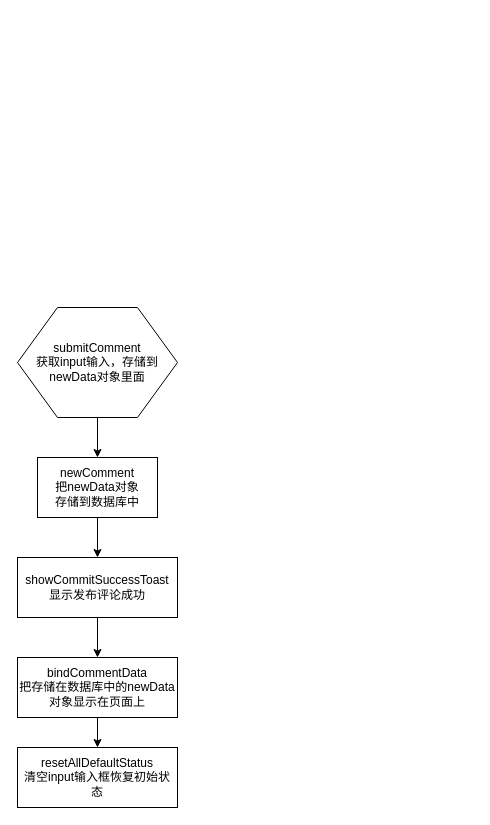
This is 小程序/提交评论流程图.drawio from MoNaiZi/draw.io, a draw.io file, before an edit. Source tidied: cells renumbered, new cells numbered last; positions are measured from the earlier drawing's top-left corner, leaving out a move shared by most shapes. Both pictures are drawn from the tidied source at 100%, with x=0, y=0 at pixel (17, 307).
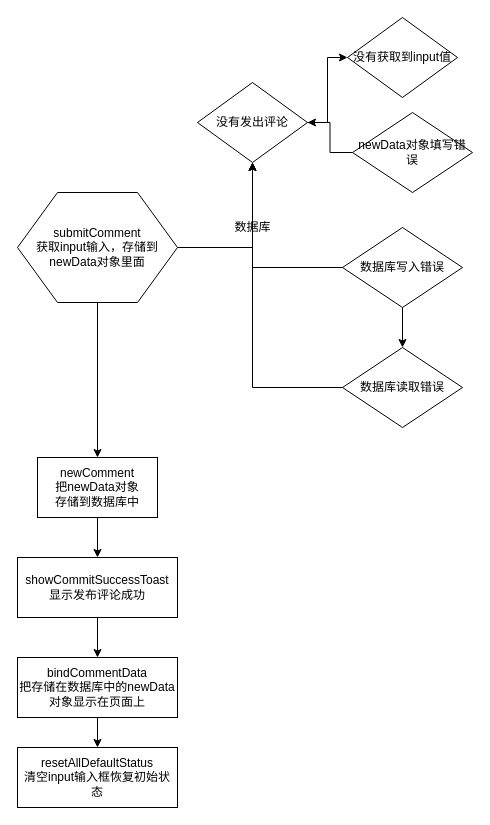
The same diagram, later.

Commit message:
更新提交评论流程图.drawio

The change refers to these unchanged cells:
```xml
<mxCell id="5" value="newComment&lt;br&gt;把newData对象&lt;br&gt;存储到数据库中" style="rounded=0;whiteSpace=wrap;html=1;" parent="1" vertex="1">
  <mxGeometry x="20" y="150" width="120" height="60" as="geometry" />
</mxCell>
<mxCell id="7" value="showCommitSuccessToast&lt;br&gt;显示发布评论成功" style="rounded=0;whiteSpace=wrap;html=1;" parent="1" vertex="1">
  <mxGeometry y="250" width="160" height="60" as="geometry" />
</mxCell>
```

What changed in the source:
```diff
@@
-    <mxCell id="2" style="edgeStyle=orthogonalEdgeStyle;rounded=0;jettySize=auto;html=1;" parent="1" edge="1" source="3" target="5">
-      <mxGeometry relative="1" as="geometry" />
-    </mxCell>
-    <mxCell id="3" value="submitComment&lt;br&gt;获取input输入，存储到newData对象里面" style="shape=hexagon;perimeter=hexagonPerimeter2;whiteSpace=wrap;html=1;" parent="1" vertex="1">
-      <mxGeometry width="160" height="110" as="geometry" />
-    </mxCell>
-    <mxCell id="4" style="edgeStyle=orthogonalEdgeStyle;rounded=0;jettySize=auto;html=1;" parent="1" edge="1" source="5" target="7">
-      <mxGeometry relative="1" as="geometry" />
-    </mxCell>
@@
+    <mxCell id="4" style="edgeStyle=orthogonalEdgeStyle;rounded=0;jettySize=auto;html=1;" parent="1" edge="1" source="5" target="7">
+      <mxGeometry relative="1" as="geometry" />
+    </mxCell>
+    <mxCell id="2" style="edgeStyle=orthogonalEdgeStyle;rounded=0;jettySize=auto;html=1;" parent="1" edge="1" source="3" target="5">
+      <mxGeometry relative="1" as="geometry" />
+    </mxCell>
+    <mxCell id="11" style="group;" parent="1" vertex="1">
+      <mxGeometry y="-290" width="455" height="410" as="geometry" />
+    </mxCell>
+    <mxCell id="12" style="group;" parent="11" vertex="1">
+      <mxGeometry x="180" width="275" height="410" as="geometry" />
+    </mxCell>
+    <mxCell id="13" value="没有获取到input值" style="rhombus;whiteSpace=wrap;html=1;" parent="12" vertex="1">
+      <mxGeometry x="150" width="110" height="80" as="geometry" />
+    </mxCell>
+    <mxCell id="14" value="数据库读取错误" style="rhombus;whiteSpace=wrap;html=1;" parent="12" vertex="1">
+      <mxGeometry x="145" y="330" width="120" height="80" as="geometry" />
+    </mxCell>
+    <mxCell id="15" style="group;" parent="12" vertex="1">
+      <mxGeometry y="65" width="275" height="225" as="geometry" />
+    </mxCell>
+    <mxCell id="16" value="没有发出评论" style="rhombus;whiteSpace=wrap;html=1;" parent="15" vertex="1">
+      <mxGeometry width="110" height="80" as="geometry" />
+    </mxCell>
+    <mxCell id="17" style="edgeStyle=orthogonalEdgeStyle;rounded=0;jettySize=auto;html=1;entryX=1;entryY=0.5;entryDx=0;entryDy=0;" parent="15" edge="1" source="18" target="16">
+      <mxGeometry relative="1" as="geometry" />
+    </mxCell>
+    <mxCell id="18" value="newData对象填写错误" style="rhombus;whiteSpace=wrap;html=1;" parent="15" vertex="1">
+      <mxGeometry x="155" y="30" width="120" height="80" as="geometry" />
+    </mxCell>
+    <mxCell id="19" style="edgeStyle=orthogonalEdgeStyle;rounded=0;jettySize=auto;html=1;entryX=0.5;entryY=1;entryDx=0;entryDy=0;" parent="15" edge="1" source="20" target="16">
+      <mxGeometry relative="1" as="geometry" />
+    </mxCell>
+    <mxCell id="20" value="数据库写入错误" style="rhombus;whiteSpace=wrap;html=1;" parent="15" vertex="1">
+      <mxGeometry x="145" y="145" width="120" height="80" as="geometry" />
+    </mxCell>
+    <mxCell id="21" value="数据库" style="text;html=1;align=center;verticalAlign=middle;" parent="15" vertex="1">
+      <mxGeometry x="30" y="135" width="50" height="20" as="geometry" />
+    </mxCell>
+    <mxCell id="22" style="edgeStyle=orthogonalEdgeStyle;rounded=0;jettySize=auto;html=1;" parent="12" edge="1" source="16" target="13">
+      <mxGeometry relative="1" as="geometry" />
+    </mxCell>
+    <mxCell id="23" style="edgeStyle=orthogonalEdgeStyle;rounded=0;jettySize=auto;html=1;entryX=0.5;entryY=1;entryDx=0;entryDy=0;" parent="12" edge="1" source="14" target="16">
+      <mxGeometry relative="1" as="geometry" />
+    </mxCell>
+    <mxCell id="24" style="edgeStyle=orthogonalEdgeStyle;rounded=0;jettySize=auto;html=1;" parent="12" edge="1" source="20" target="14">
+      <mxGeometry relative="1" as="geometry" />
+    </mxCell>
+    <mxCell id="25" style="group;" parent="11" vertex="1">
+      <mxGeometry y="175" width="160" height="110" as="geometry" />
+    </mxCell>
+    <mxCell id="3" value="submitComment&lt;br&gt;获取input输入，存储到newData对象里面" style="shape=hexagon;perimeter=hexagonPerimeter2;whiteSpace=wrap;html=1;" parent="25" vertex="1">
+      <mxGeometry width="160" height="110" as="geometry" />
+    </mxCell>
+    <mxCell id="26" style="edgeStyle=orthogonalEdgeStyle;rounded=0;jettySize=auto;html=1;" parent="11" edge="1" source="3" target="16">
+      <mxGeometry relative="1" as="geometry" />
+    </mxCell>
```
